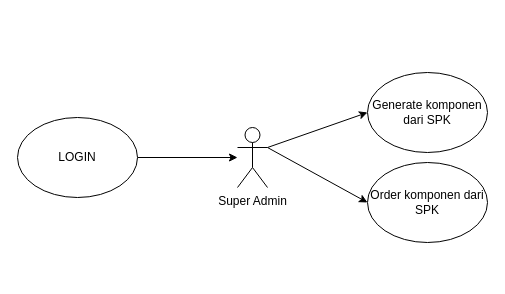
This is BUKU/Gambar/staff.drawio from shironekoss/ProjectMagang, a draw.io file, before an edit. Source tidied: cells renumbered, new cells numbered last; positions are measured from the earlier drawing's top-left corner, leaving out a move shared by most shapes. Both pictures are drawn from the tidied source at 100%, with x=0, y=0 at pixel (17, 72).
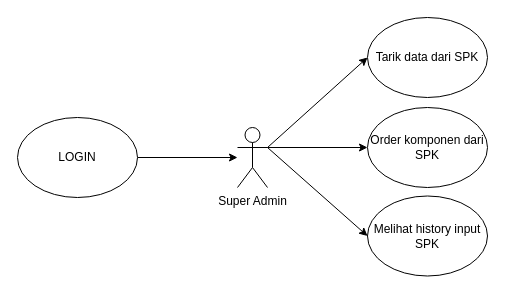
The same page after the edit.

The edit, as a diff of the source:
```diff
@@
 <mxGraphModel>
   <root>
     <mxCell id="0" />
     <mxCell id="1" parent="0" />
     <mxCell id="2" style="edgeStyle=orthogonalEdgeStyle;rounded=0;jettySize=auto;html=1;" parent="1" edge="1" source="3" target="4">
       <mxGeometry relative="1" as="geometry" />
     </mxCell>
     <mxCell id="3" value="LOGIN" style="ellipse;whiteSpace=wrap;html=1;" parent="1" vertex="1">
       <mxGeometry y="45" width="120" height="80" as="geometry" />
     </mxCell>
     <mxCell id="4" value="Super Admin" style="shape=umlActor;verticalLabelPosition=bottom;verticalAlign=top;html=1;outlineConnect=0;" parent="1" vertex="1">
       <mxGeometry x="220" y="55" width="30" height="60" as="geometry" />
     </mxCell>
-    <mxCell id="5" value="Generate komponen dari SPK" style="ellipse;whiteSpace=wrap;html=1;" parent="1" vertex="1">
-      <mxGeometry x="350" width="120" height="80" as="geometry" />
+    <mxCell id="5" value="Tarik data dari SPK" style="ellipse;whiteSpace=wrap;html=1;" parent="1" vertex="1">
+      <mxGeometry x="350" y="-55" width="120" height="80" as="geometry" />
     </mxCell>
     <mxCell id="6" value="Order komponen dari SPK" style="ellipse;whiteSpace=wrap;html=1;" parent="1" vertex="1">
-      <mxGeometry x="350" y="90" width="120" height="80" as="geometry" />
+      <mxGeometry x="350" y="35" width="120" height="80" as="geometry" />
     </mxCell>
     <mxCell id="7" style="endArrow=classic;html=1;rounded=0;entryX=0;entryY=0.5;entryDx=0;entryDy=0;exitX=1;exitY=0.3333333333333333;exitDx=0;exitDy=0;exitPerimeter=0;" parent="1" edge="1" source="4" target="5">
       <mxGeometry relative="1" as="geometry" />
     </mxCell>
     <mxCell id="8" style="endArrow=classic;html=1;rounded=0;entryX=0;entryY=0.5;entryDx=0;entryDy=0;exitX=1;exitY=0.3333333333333333;exitDx=0;exitDy=0;exitPerimeter=0;" parent="1" edge="1" source="4" target="6">
       <mxGeometry relative="1" as="geometry" />
     </mxCell>
+    <mxCell id="9" value="Melihat history input SPK" style="ellipse;whiteSpace=wrap;html=1;" parent="1" vertex="1">
+      <mxGeometry x="350" y="123.5" width="120" height="80" as="geometry" />
+    </mxCell>
+    <mxCell id="10" style="endArrow=classic;html=1;rounded=0;entryX=0;entryY=0.5;entryDx=0;entryDy=0;exitX=1;exitY=0.3333333333333333;exitDx=0;exitDy=0;exitPerimeter=0;" parent="1" edge="1" source="4" target="9">
+      <mxGeometry relative="1" as="geometry" />
+    </mxCell>
   </root>
 </mxGraphModel>
```
